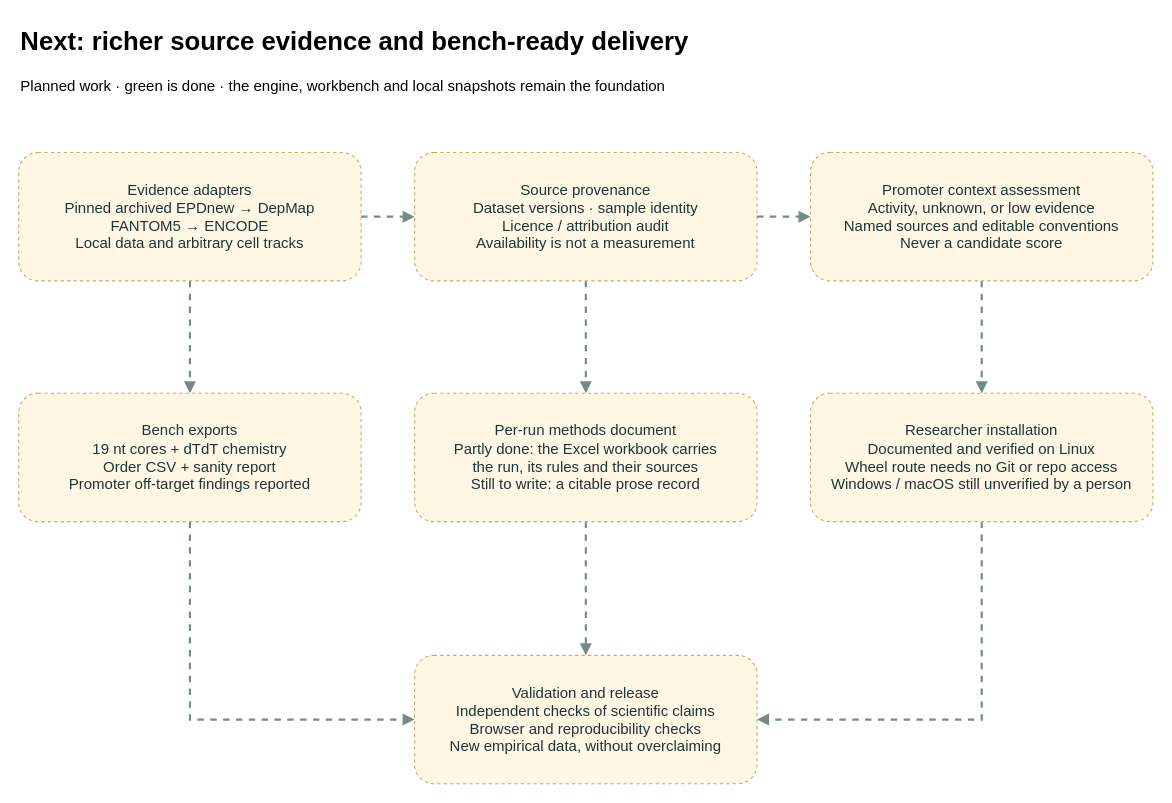
This is page "Remaining continuation" (3 of 3) of docs/architecture/website-flow.drawio from JoepVondervoort/sarna-designer, a draw.io file, before an edit. Source tidied: cells renumbered, new cells numbered last; positions are measured from the earlier drawing's top-left corner, leaving out a move shared by most shapes. Both pictures are drawn from the tidied source at 107%, with x=0, y=0 at pixel (18, 18).
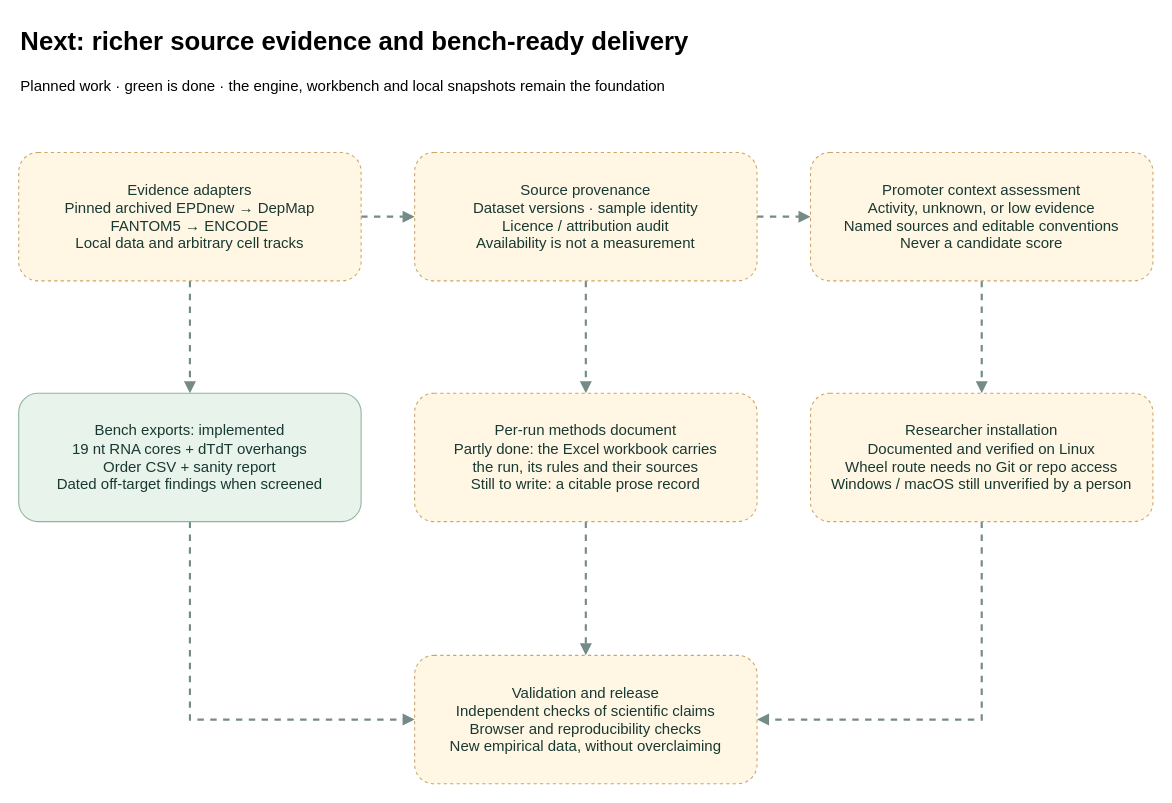
Above is the later version.

Change to the diagram source:
```diff
@@
-    <mxCell id="15" value="Bench exports&#10;19 nt cores + dTdT chemistry&#10;Order CSV + sanity report&#10;Promoter off-target findings reported" style="rounded=1;whiteSpace=wrap;html=0;fillColor=#fff6e4;strokeColor=#cba668;fontColor=#183932;fontSize=14;spacing=12;dashed=1;" parent="1" vertex="1">
+    <mxCell id="15" value="Bench exports: implemented&#10;19 nt RNA cores + dTdT overhangs&#10;Order CSV + sanity report&#10;Dated off-target findings when screened" style="rounded=1;whiteSpace=wrap;html=0;fillColor=#e7f3eb;strokeColor=#8eb69c;fontColor=#183932;fontSize=14;spacing=12;" parent="1" vertex="1">
       <mxGeometry y="350" width="320" height="120" as="geometry" />
     </mxCell>
```
